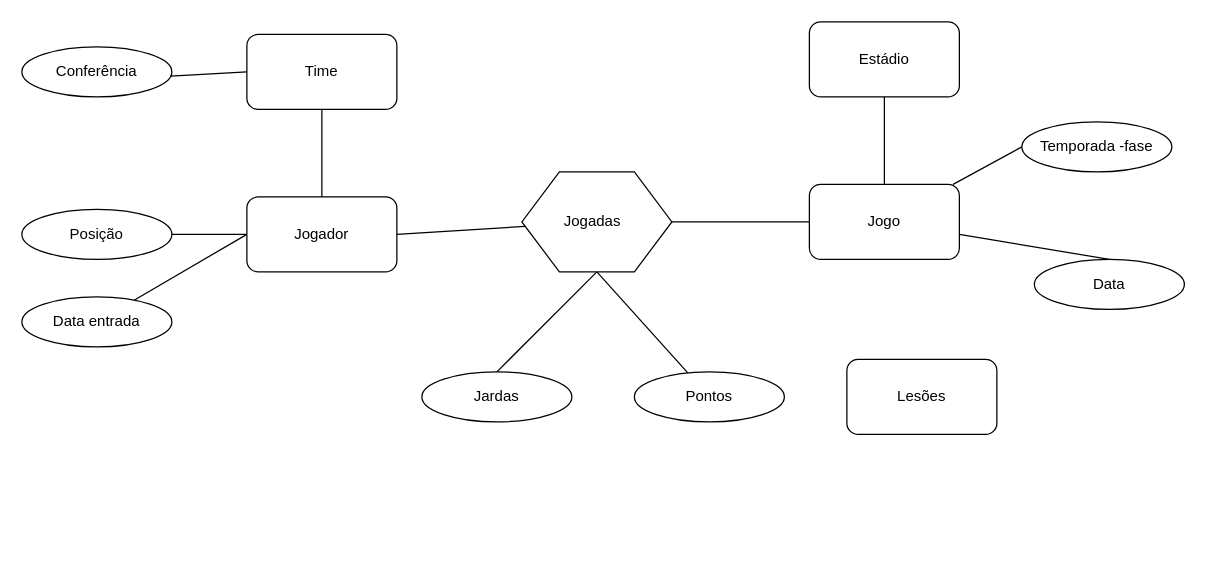
The draw.io diagram Untitled Diagram.drawio in mesquitamarcos/Qlikview-QVDMaps-Brazil, before the edit. Source tidied: cells renumbered, new cells numbered last; positions are measured from the earlier drawing's top-left corner, leaving out a move shared by most shapes. Both pictures are drawn from the tidied source at 125%, with x=0, y=0 at pixel (21, 21).
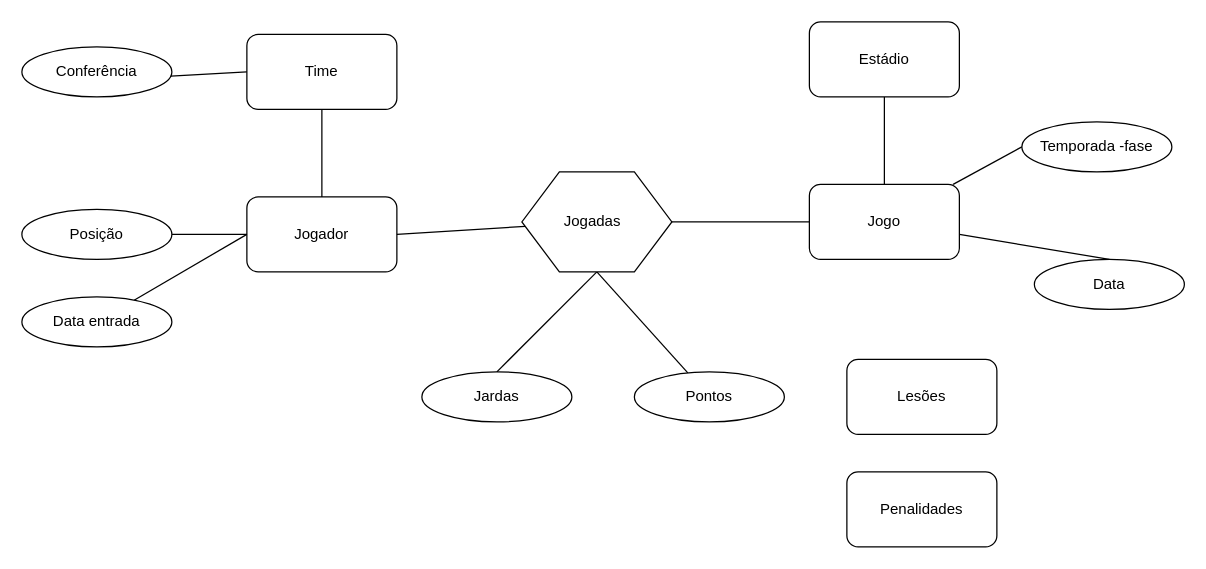
Above is the later version.

What changed in the source:
```diff
@@
+    <mxCell id="26" value="Penalidades" style="rounded=1;whiteSpace=wrap;html=1;" parent="1" vertex="1">
+      <mxGeometry x="660" y="360" width="120" height="60" as="geometry" />
+    </mxCell>
```
